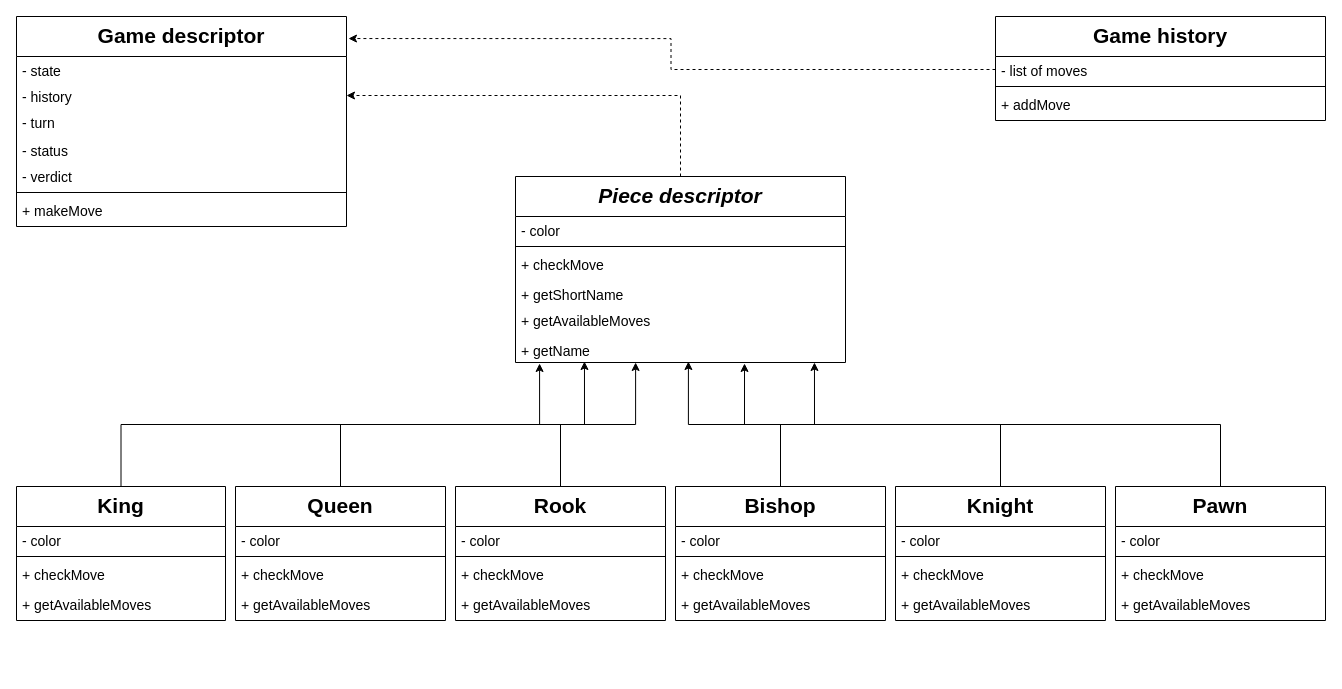
This is Диаграмма без названия.drawio from Grealish17/Chess, a draw.io file, before an edit. Source tidied: cells renumbered, new cells numbered last; positions are measured from the earlier drawing's top-left corner, leaving out a move shared by most shapes. Both pictures are drawn from the tidied source at 100%, with x=0, y=0 at pixel (16, 16).
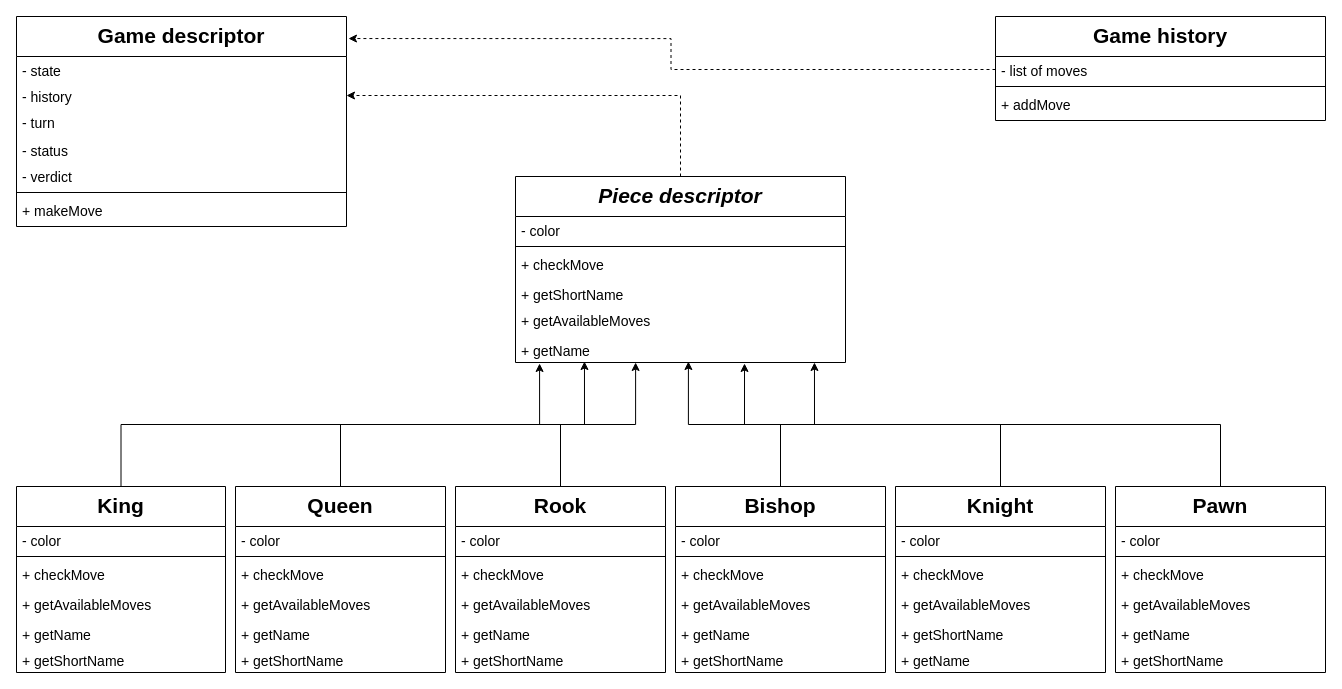
The same diagram, later.

Commit message:
get_name in all pieces.drawio

Diff of the diagram source:
```diff
@@
     <mxCell id="23" value="King" style="swimlane;fontStyle=1;align=center;verticalAlign=top;horizontal=1;startSize=40;rounded=0;shadow=0;strokeWidth=1;fontSize=21;" parent="1" vertex="1">
-      <mxGeometry y="470" width="209" height="134" as="geometry" />
+      <mxGeometry y="470" width="209" height="186" as="geometry" />
     </mxCell>
@@
+    <mxCell id="59" value="+ getName" style="text;align=left;verticalAlign=top;spacingLeft=4;spacingRight=4;overflow=hidden;fontSize=14;" parent="23" vertex="1">
+      <mxGeometry y="134" width="209" height="26" as="geometry" />
+    </mxCell>
+    <mxCell id="60" value="+ getShortName" style="text;align=left;verticalAlign=top;spacingLeft=4;spacingRight=4;overflow=hidden;fontSize=14;" parent="23" vertex="1">
+      <mxGeometry y="160" width="209" height="26" as="geometry" />
+    </mxCell>
@@
     <mxCell id="29" value="Queen" style="swimlane;fontStyle=1;align=center;verticalAlign=top;horizontal=1;startSize=40;rounded=0;shadow=0;strokeWidth=1;fontSize=21;" parent="1" vertex="1">
-      <mxGeometry x="219" y="470" width="210" height="134" as="geometry" />
+      <mxGeometry x="219" y="470" width="210" height="186" as="geometry" />
     </mxCell>
@@
+    <mxCell id="61" value="+ getName" style="text;align=left;verticalAlign=top;spacingLeft=4;spacingRight=4;overflow=hidden;fontSize=14;" parent="29" vertex="1">
+      <mxGeometry y="134" width="210" height="26" as="geometry" />
+    </mxCell>
+    <mxCell id="62" value="+ getShortName" style="text;align=left;verticalAlign=top;spacingLeft=4;spacingRight=4;overflow=hidden;fontSize=14;" parent="29" vertex="1">
+      <mxGeometry y="160" width="210" height="26" as="geometry" />
+    </mxCell>
@@
     <mxCell id="35" value="Rook" style="swimlane;fontStyle=1;align=center;verticalAlign=top;horizontal=1;startSize=40;rounded=0;shadow=0;strokeWidth=1;fontSize=21;" parent="1" vertex="1">
-      <mxGeometry x="439" y="470" width="210" height="134" as="geometry" />
+      <mxGeometry x="439" y="470" width="210" height="186" as="geometry" />
     </mxCell>
@@
+    <mxCell id="63" value="+ getName" style="text;align=left;verticalAlign=top;spacingLeft=4;spacingRight=4;overflow=hidden;fontSize=14;" parent="35" vertex="1">
+      <mxGeometry y="134" width="210" height="26" as="geometry" />
+    </mxCell>
+    <mxCell id="64" value="+ getShortName" style="text;align=left;verticalAlign=top;spacingLeft=4;spacingRight=4;overflow=hidden;fontSize=14;" parent="35" vertex="1">
+      <mxGeometry y="160" width="210" height="26" as="geometry" />
+    </mxCell>
@@
     <mxCell id="41" value="Bishop" style="swimlane;fontStyle=1;align=center;verticalAlign=top;horizontal=1;startSize=40;rounded=0;shadow=0;strokeWidth=1;fontSize=21;" parent="1" vertex="1">
-      <mxGeometry x="659" y="470" width="210" height="134" as="geometry" />
+      <mxGeometry x="659" y="470" width="210" height="186" as="geometry" />
     </mxCell>
@@
+    <mxCell id="65" value="+ getName" style="text;align=left;verticalAlign=top;spacingLeft=4;spacingRight=4;overflow=hidden;fontSize=14;" parent="41" vertex="1">
+      <mxGeometry y="134" width="210" height="26" as="geometry" />
+    </mxCell>
+    <mxCell id="66" value="+ getShortName" style="text;align=left;verticalAlign=top;spacingLeft=4;spacingRight=4;overflow=hidden;fontSize=14;" parent="41" vertex="1">
+      <mxGeometry y="160" width="210" height="26" as="geometry" />
+    </mxCell>
@@
     <mxCell id="47" value="Knight" style="swimlane;fontStyle=1;align=center;verticalAlign=top;horizontal=1;startSize=40;rounded=0;shadow=0;strokeWidth=1;fontSize=21;" parent="1" vertex="1">
-      <mxGeometry x="879" y="470" width="210" height="134" as="geometry" />
+      <mxGeometry x="879" y="470" width="210" height="186" as="geometry" />
     </mxCell>
@@
+    <mxCell id="67" value="+ getShortName" style="text;align=left;verticalAlign=top;spacingLeft=4;spacingRight=4;overflow=hidden;fontSize=14;" parent="47" vertex="1">
+      <mxGeometry y="134" width="210" height="26" as="geometry" />
+    </mxCell>
+    <mxCell id="68" value="+ getName" style="text;align=left;verticalAlign=top;spacingLeft=4;spacingRight=4;overflow=hidden;fontSize=14;" parent="47" vertex="1">
+      <mxGeometry y="160" width="210" height="26" as="geometry" />
+    </mxCell>
@@
     <mxCell id="53" value="Pawn" style="swimlane;fontStyle=1;align=center;verticalAlign=top;horizontal=1;startSize=40;rounded=0;shadow=0;strokeWidth=1;fontSize=21;" parent="1" vertex="1">
-      <mxGeometry x="1099" y="470" width="210" height="134" as="geometry" />
+      <mxGeometry x="1099" y="470" width="210" height="186" as="geometry" />
     </mxCell>
@@
+    <mxCell id="69" value="+ getName" style="text;align=left;verticalAlign=top;spacingLeft=4;spacingRight=4;overflow=hidden;fontSize=14;" parent="53" vertex="1">
+      <mxGeometry y="134" width="210" height="26" as="geometry" />
+    </mxCell>
+    <mxCell id="70" value="+ getShortName" style="text;align=left;verticalAlign=top;spacingLeft=4;spacingRight=4;overflow=hidden;fontSize=14;" parent="53" vertex="1">
+      <mxGeometry y="160" width="210" height="26" as="geometry" />
+    </mxCell>
```
